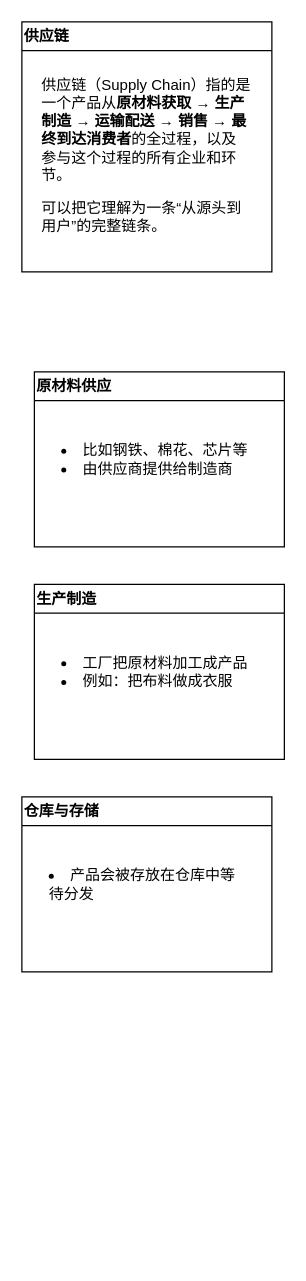
The draw.io diagram Assets/Supply Chain.drawio in jcc371620/jcc371620.github.io, before the edit. Source tidied: cells renumbered, new cells numbered last; positions are measured from the earlier drawing's top-left corner, leaving out a move shared by most shapes. Both pictures are drawn from the tidied source at 125%, with x=0, y=0 at pixel (21, 21).
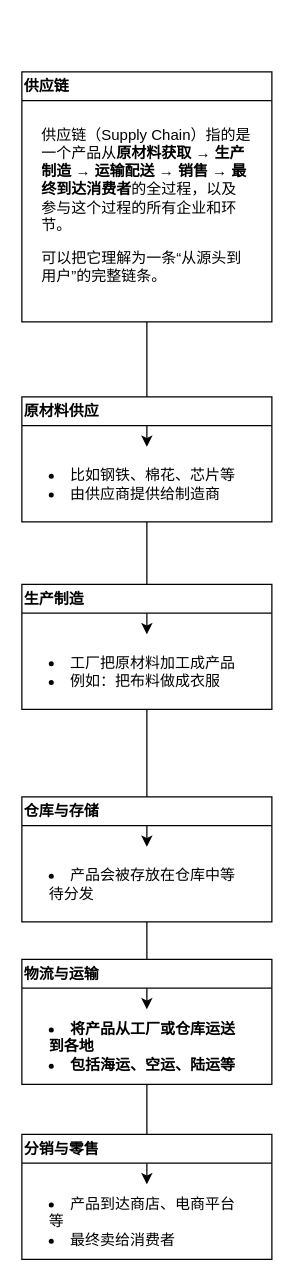
Above is the later version.

Change to the diagram source:
```diff
@@
 <mxGraphModel>
   <root>
     <mxCell id="0" />
     <mxCell id="1" parent="0" />
+    <mxCell id="10" style="edgeStyle=orthogonalEdgeStyle;rounded=0;jettySize=auto;html=1;" parent="1" edge="1" source="2" target="5">
+      <mxGeometry relative="1" as="geometry" />
+    </mxCell>
     <mxCell id="2" value="供应链" style="swimlane;whiteSpace=wrap;html=1;align=left;" parent="1" vertex="1">
-      <mxGeometry width="200" height="200" as="geometry" />
+      <mxGeometry y="40" width="200" height="200" as="geometry" />
     </mxCell>
     <mxCell id="3" value="&lt;p&gt;供应链（Supply Chain）指的是一个产品从&lt;strong&gt;原材料获取 → 生产制造 → 运输配送 → 销售 → 最终到达消费者&lt;/strong&gt;的全过程，以及参与这个过程的所有企业和环节。&lt;/p&gt;&lt;p&gt;可以把它理解为一条“从源头到用户”的完整链条。&lt;/p&gt;" style="text;html=1;whiteSpace=wrap;strokeColor=none;fillColor=none;align=left;verticalAlign=middle;rounded=0;" parent="2" vertex="1">
       <mxGeometry x="14" y="60" width="170" height="94" as="geometry" />
     </mxCell>
+    <mxCell id="11" style="edgeStyle=orthogonalEdgeStyle;rounded=0;jettySize=auto;html=1;" parent="1" edge="1" source="4" target="7">
+      <mxGeometry relative="1" as="geometry" />
+    </mxCell>
-    <mxCell id="4" value="原材料供应" style="swimlane;whiteSpace=wrap;html=1;verticalAlign=middle;align=left;" parent="1" vertex="1">
-      <mxGeometry x="10" y="280" width="200" height="140" as="geometry" />
+    <mxCell id="4" value="原材料供应" style="swimlane;whiteSpace=wrap;html=1;verticalAlign=middle;align=left;arcSize=10;" parent="1" vertex="1">
+      <mxGeometry y="300" width="200" height="100" as="geometry" />
     </mxCell>
-    <mxCell id="5" value="&lt;li&gt;比如钢铁、棉花、芯片等&lt;/li&gt;&lt;li&gt;由供应商提供给制造商&lt;/li&gt;" style="text;html=1;whiteSpace=wrap;strokeColor=none;fillColor=none;align=left;verticalAlign=middle;rounded=0;" parent="4" vertex="1">
+    <mxCell id="5" value="&lt;li&gt;比如钢铁、棉花、芯片等&lt;/li&gt;&lt;li&gt;由供应商提供给制造商&lt;/li&gt;" style="text;html=1;whiteSpace=wrap;strokeColor=none;fillColor=none;align=left;verticalAlign=middle;rounded=0;arcSize=10;" parent="4" vertex="1">
       <mxGeometry x="20" y="40" width="160" height="60" as="geometry" />
     </mxCell>
+    <mxCell id="12" style="edgeStyle=orthogonalEdgeStyle;rounded=0;jettySize=auto;html=1;" parent="1" edge="1" source="6" target="9">
+      <mxGeometry relative="1" as="geometry" />
+    </mxCell>
-    <mxCell id="6" value="生产制造" style="swimlane;whiteSpace=wrap;html=1;verticalAlign=middle;align=left;" parent="1" vertex="1">
-      <mxGeometry x="10" y="450" width="200" height="140" as="geometry" />
+    <mxCell id="6" value="生产制造" style="swimlane;whiteSpace=wrap;html=1;verticalAlign=middle;align=left;arcSize=10;" parent="1" vertex="1">
+      <mxGeometry y="450" width="200" height="100" as="geometry" />
     </mxCell>
-    <mxCell id="7" value="&lt;li&gt;工厂把原材料加工成产品&lt;/li&gt;&lt;li&gt;例如：把布料做成衣服&lt;/li&gt;" style="text;html=1;whiteSpace=wrap;strokeColor=none;fillColor=none;align=left;verticalAlign=middle;rounded=0;" parent="6" vertex="1">
+    <mxCell id="7" value="&lt;li&gt;工厂把原材料加工成产品&lt;/li&gt;&lt;li&gt;例如：把布料做成衣服&lt;/li&gt;" style="text;html=1;whiteSpace=wrap;strokeColor=none;fillColor=none;align=left;verticalAlign=middle;rounded=0;arcSize=10;" parent="6" vertex="1">
       <mxGeometry x="20" y="40" width="160" height="60" as="geometry" />
     </mxCell>
+    <mxCell id="13" style="edgeStyle=orthogonalEdgeStyle;rounded=0;jettySize=auto;html=1;" parent="1" edge="1" source="8" target="16">
+      <mxGeometry relative="1" as="geometry" />
+    </mxCell>
-    <mxCell id="8" value="仓库与存储" style="swimlane;whiteSpace=wrap;html=1;verticalAlign=middle;align=left;" parent="1" vertex="1">
-      <mxGeometry y="620" width="200" height="140" as="geometry" />
+    <mxCell id="8" value="仓库与存储" style="swimlane;whiteSpace=wrap;html=1;verticalAlign=middle;align=left;arcSize=10;" parent="1" vertex="1">
+      <mxGeometry y="620" width="200" height="100" as="geometry" />
     </mxCell>
-    <mxCell id="9" value="&lt;li&gt;&lt;span style=&quot;background-color: transparent; color: light-dark(rgb(0, 0, 0), rgb(255, 255, 255));&quot;&gt;产品会被存放在仓库中等待分发&lt;/span&gt;&lt;/li&gt;" style="text;html=1;whiteSpace=wrap;strokeColor=none;fillColor=none;align=left;verticalAlign=middle;rounded=0;" parent="8" vertex="1">
+    <mxCell id="9" value="&lt;li&gt;&lt;span style=&quot;background-color: transparent; color: light-dark(rgb(0, 0, 0), rgb(255, 255, 255));&quot;&gt;产品会被存放在仓库中等待分发&lt;/span&gt;&lt;/li&gt;" style="text;html=1;whiteSpace=wrap;strokeColor=none;fillColor=none;align=left;verticalAlign=middle;rounded=0;arcSize=10;" parent="8" vertex="1">
       <mxGeometry x="20" y="40" width="160" height="60" as="geometry" />
     </mxCell>
+    <mxCell id="14" style="edgeStyle=orthogonalEdgeStyle;rounded=0;jettySize=auto;html=1;" parent="1" edge="1" source="15" target="18">
+      <mxGeometry relative="1" as="geometry" />
+    </mxCell>
+    <mxCell id="15" value="物流与运输" style="swimlane;whiteSpace=wrap;html=1;verticalAlign=middle;align=left;arcSize=10;strokeColor=default;swimlaneFillColor=none;fontFamily=Helvetica;fontSize=12;fontColor=default;fontStyle=1;fillColor=default;" parent="1" vertex="1">
+      <mxGeometry y="750" width="200" height="100" as="geometry" />
+    </mxCell>
+    <mxCell id="16" value="&lt;li&gt;将产品从工厂或仓库运送到各地&lt;/li&gt;&lt;li&gt;包括海运、空运、陆运等&lt;/li&gt;" style="text;html=1;whiteSpace=wrap;strokeColor=none;fillColor=none;align=left;verticalAlign=middle;rounded=0;arcSize=10;fontFamily=Helvetica;fontSize=12;fontColor=default;fontStyle=1;" parent="15" vertex="1">
+      <mxGeometry x="20" y="40" width="160" height="60" as="geometry" />
+    </mxCell>
+    <mxCell id="17" value="分销与零售" style="swimlane;whiteSpace=wrap;html=1;verticalAlign=middle;align=left;arcSize=10;swimlaneFillColor=none;" parent="1" vertex="1">
+      <mxGeometry y="890" width="200" height="100" as="geometry" />
+    </mxCell>
+    <mxCell id="18" value="&lt;li&gt;产品到达商店、电商平台等&lt;/li&gt;&lt;li&gt;最终卖给消费者&lt;/li&gt;" style="text;html=1;whiteSpace=wrap;strokeColor=none;fillColor=none;align=left;verticalAlign=middle;rounded=0;arcSize=10;" parent="17" vertex="1">
+      <mxGeometry x="20" y="40" width="160" height="60" as="geometry" />
+    </mxCell>
   </root>
 </mxGraphModel>
```
